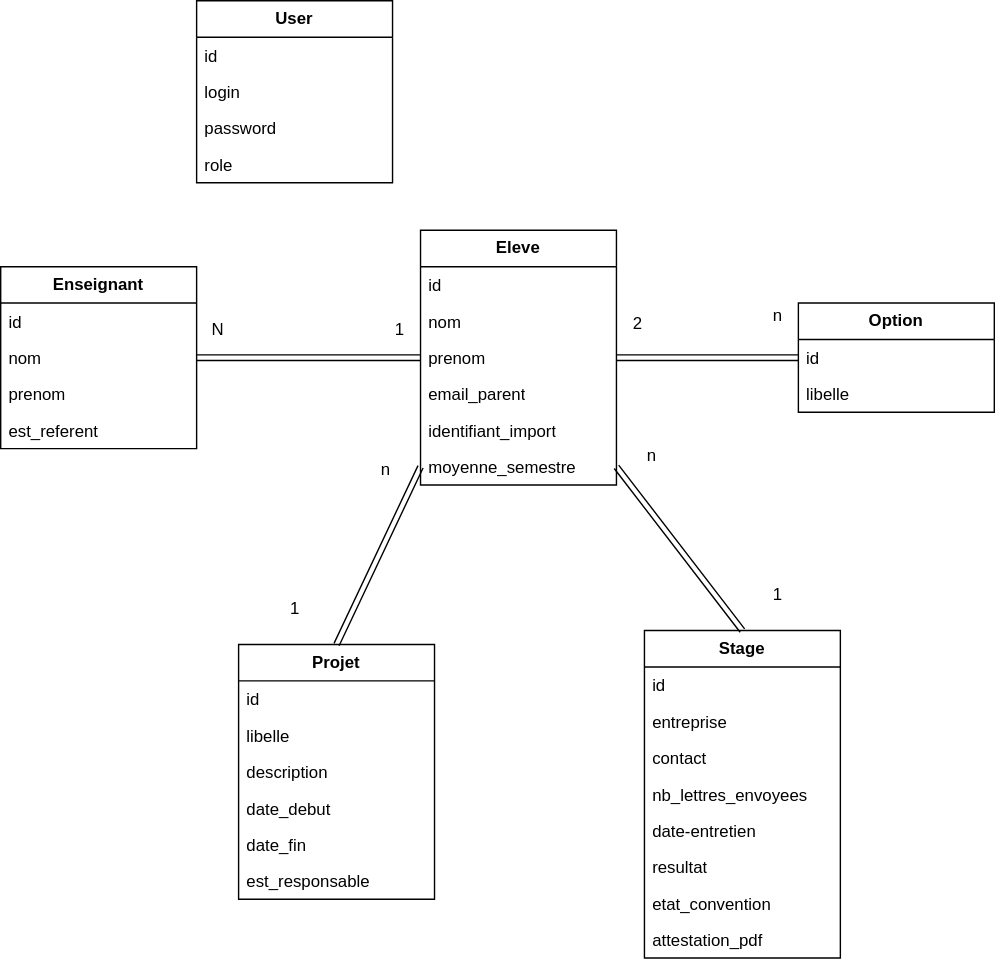
This is uml.drawio.svg from GaspardG104/ContexteCollegeAsimov, a draw.io export, as it was before one commit. Source tidied: cells renumbered, new cells last; positions are measured from the earlier drawing's top-left corner, leaving out a move shared by most shapes.
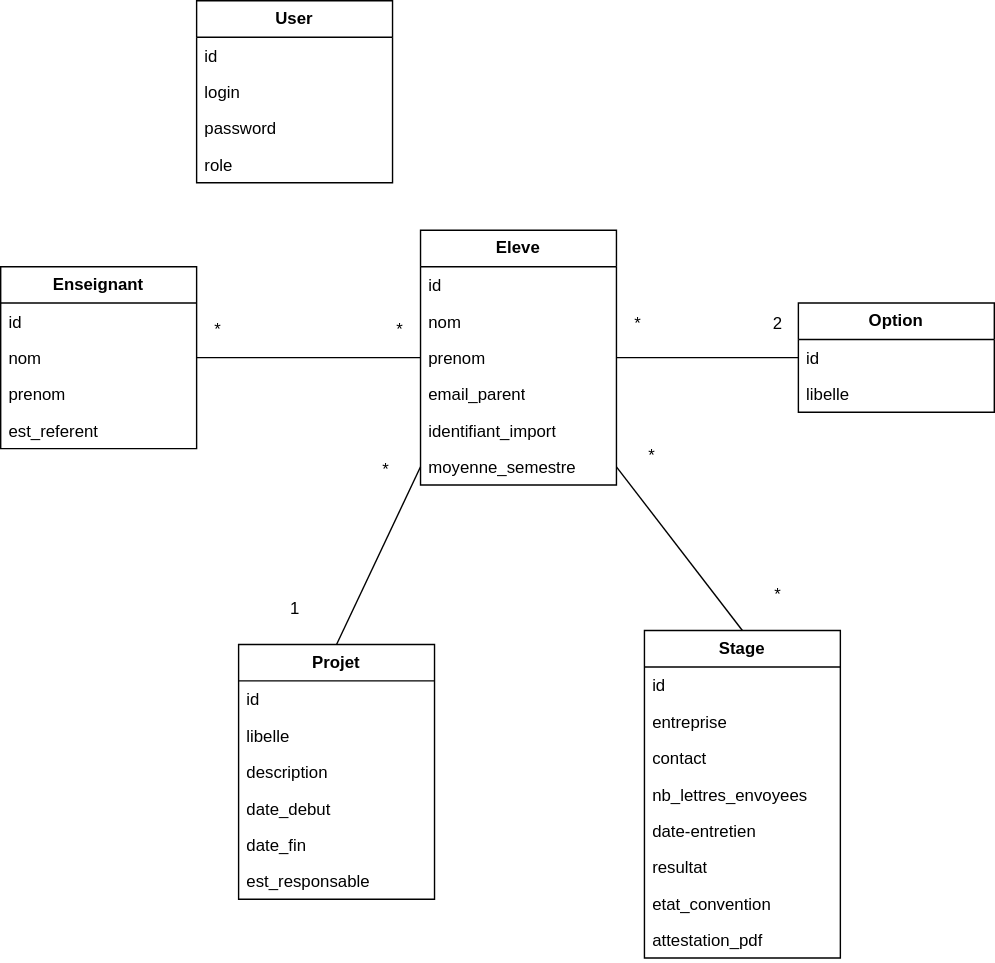
After the change.

What changed in the source:
```diff
@@ -110,40 +110,40 @@
     <mxCell id="37" value="libelle" style="text;strokeColor=none;fillColor=none;align=left;verticalAlign=top;spacingLeft=4;spacingRight=4;overflow=hidden;whiteSpace=wrap;html=1;" parent="35" vertex="1">
       <mxGeometry y="52" width="140" height="26" as="geometry" />
     </mxCell>
-    <mxCell id="38" style="edgeStyle=none;shape=link;html=1;exitX=1;exitY=0.5;exitDx=0;exitDy=0;entryX=0;entryY=0.5;entryDx=0;entryDy=0;" parent="1" edge="1" source="11" target="5">
+    <mxCell id="38" style="edgeStyle=none;html=1;exitX=1;exitY=0.5;exitDx=0;exitDy=0;entryX=0;entryY=0.5;entryDx=0;entryDy=0;endArrow=none;endFill=0;" parent="1" edge="1" source="11" target="5">
       <mxGeometry relative="1" as="geometry" />
     </mxCell>
-    <mxCell id="39" value="N" style="text;html=1;align=center;verticalAlign=middle;strokeColor=none;fillColor=none;" parent="1" vertex="1">
+    <mxCell id="39" value="*" style="text;html=1;align=center;verticalAlign=middle;strokeColor=none;fillColor=none;" parent="1" vertex="1">
       <mxGeometry x="140" y="220" width="30" height="30" as="geometry" />
     </mxCell>
-    <mxCell id="40" value="1" style="text;html=1;align=center;verticalAlign=middle;strokeColor=none;fillColor=none;" parent="1" vertex="1">
+    <mxCell id="40" value="*" style="text;html=1;align=center;verticalAlign=middle;strokeColor=none;fillColor=none;" parent="1" vertex="1">
       <mxGeometry x="270" y="220" width="30" height="30" as="geometry" />
     </mxCell>
-    <mxCell id="41" style="edgeStyle=none;shape=link;html=1;exitX=1;exitY=0.5;exitDx=0;exitDy=0;entryX=0;entryY=0.5;entryDx=0;entryDy=0;" parent="1" edge="1" source="5" target="35">
+    <mxCell id="41" style="edgeStyle=none;html=1;exitX=1;exitY=0.5;exitDx=0;exitDy=0;entryX=0;entryY=0.5;entryDx=0;entryDy=0;endArrow=none;endFill=0;" parent="1" edge="1" source="5" target="35">
       <mxGeometry relative="1" as="geometry" />
     </mxCell>
-    <mxCell id="42" value="2" style="text;html=1;align=center;verticalAlign=middle;strokeColor=none;fillColor=none;" parent="1" vertex="1">
+    <mxCell id="42" value="*" style="text;html=1;align=center;verticalAlign=middle;strokeColor=none;fillColor=none;" parent="1" vertex="1">
       <mxGeometry x="440" y="216" width="30" height="30" as="geometry" />
     </mxCell>
-    <mxCell id="43" value="n" style="text;html=1;align=center;verticalAlign=middle;strokeColor=none;fillColor=none;" parent="1" vertex="1">
-      <mxGeometry x="540" y="210" width="30" height="30" as="geometry" />
+    <mxCell id="43" value="2" style="text;html=1;align=center;verticalAlign=middle;strokeColor=none;fillColor=none;" parent="1" vertex="1">
+      <mxGeometry x="540" y="216" width="30" height="30" as="geometry" />
     </mxCell>
-    <mxCell id="44" style="edgeStyle=none;shape=link;html=1;exitX=1;exitY=0.5;exitDx=0;exitDy=0;entryX=0.5;entryY=0;entryDx=0;entryDy=0;" parent="1" edge="1" source="8" target="14">
+    <mxCell id="44" style="edgeStyle=none;html=1;exitX=1;exitY=0.5;exitDx=0;exitDy=0;entryX=0.5;entryY=0;entryDx=0;entryDy=0;endArrow=none;endFill=0;" parent="1" edge="1" source="8" target="14">
       <mxGeometry relative="1" as="geometry" />
     </mxCell>
-    <mxCell id="45" value="n" style="text;html=1;align=center;verticalAlign=middle;strokeColor=none;fillColor=none;" parent="1" vertex="1">
+    <mxCell id="45" value="*" style="text;html=1;align=center;verticalAlign=middle;strokeColor=none;fillColor=none;" parent="1" vertex="1">
       <mxGeometry x="450" y="310" width="30" height="30" as="geometry" />
     </mxCell>
-    <mxCell id="46" value="n" style="text;html=1;align=center;verticalAlign=middle;strokeColor=none;fillColor=none;" parent="1" vertex="1">
+    <mxCell id="46" value="*" style="text;html=1;align=center;verticalAlign=middle;strokeColor=none;fillColor=none;" parent="1" vertex="1">
       <mxGeometry x="260" y="320" width="30" height="30" as="geometry" />
     </mxCell>
-    <mxCell id="47" style="edgeStyle=none;shape=link;html=1;exitX=0;exitY=0.5;exitDx=0;exitDy=0;entryX=0.5;entryY=0;entryDx=0;entryDy=0;" parent="1" edge="1" source="8" target="23">
+    <mxCell id="47" style="html=1;exitX=0;exitY=0.5;exitDx=0;exitDy=0;entryX=0.5;entryY=0;entryDx=0;entryDy=0;endArrow=none;endFill=0;" parent="1" edge="1" source="8" target="23">
       <mxGeometry relative="1" as="geometry" />
     </mxCell>
     <mxCell id="48" value="1" style="text;html=1;align=center;verticalAlign=middle;strokeColor=none;fillColor=none;" parent="1" vertex="1">
       <mxGeometry x="195" y="420" width="30" height="30" as="geometry" />
     </mxCell>
-    <mxCell id="49" value="1" style="text;html=1;align=center;verticalAlign=middle;strokeColor=none;fillColor=none;" parent="1" vertex="1">
+    <mxCell id="49" value="*" style="text;html=1;align=center;verticalAlign=middle;strokeColor=none;fillColor=none;" parent="1" vertex="1">
       <mxGeometry x="540" y="410" width="30" height="30" as="geometry" />
     </mxCell>
   </root>
```
